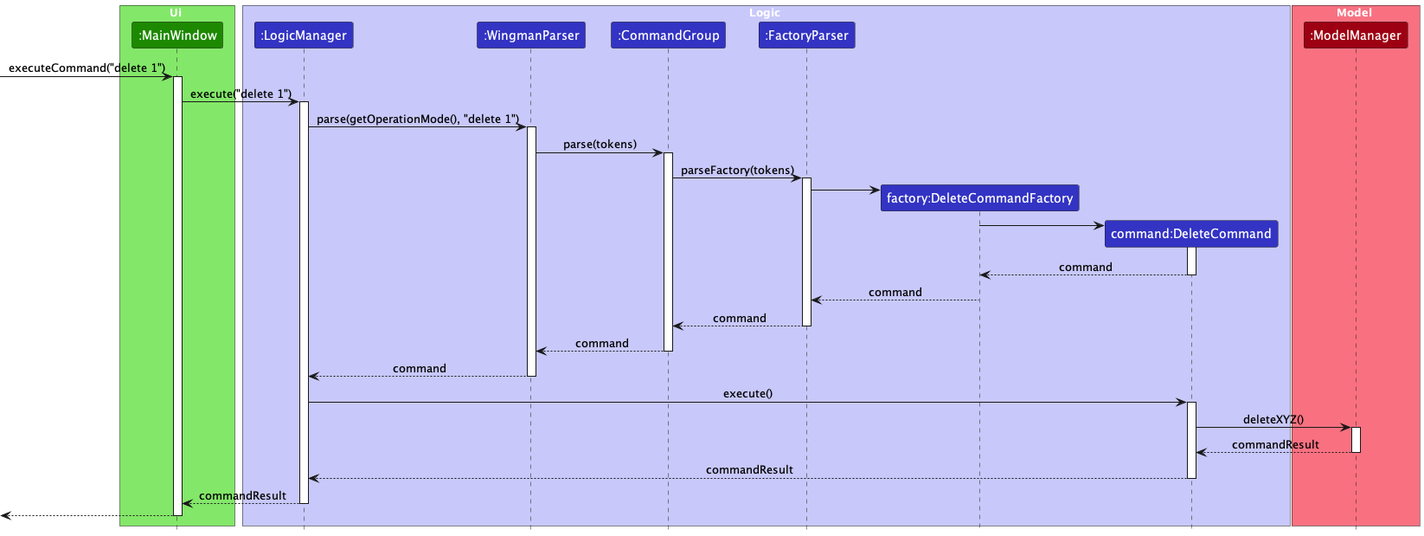
nus-cs2103-AY2223S2/tp keeps this PlantUML diagram as docs/images/WingmanDeleteXYZSequenceDiagram.png. Above is the earlier version.
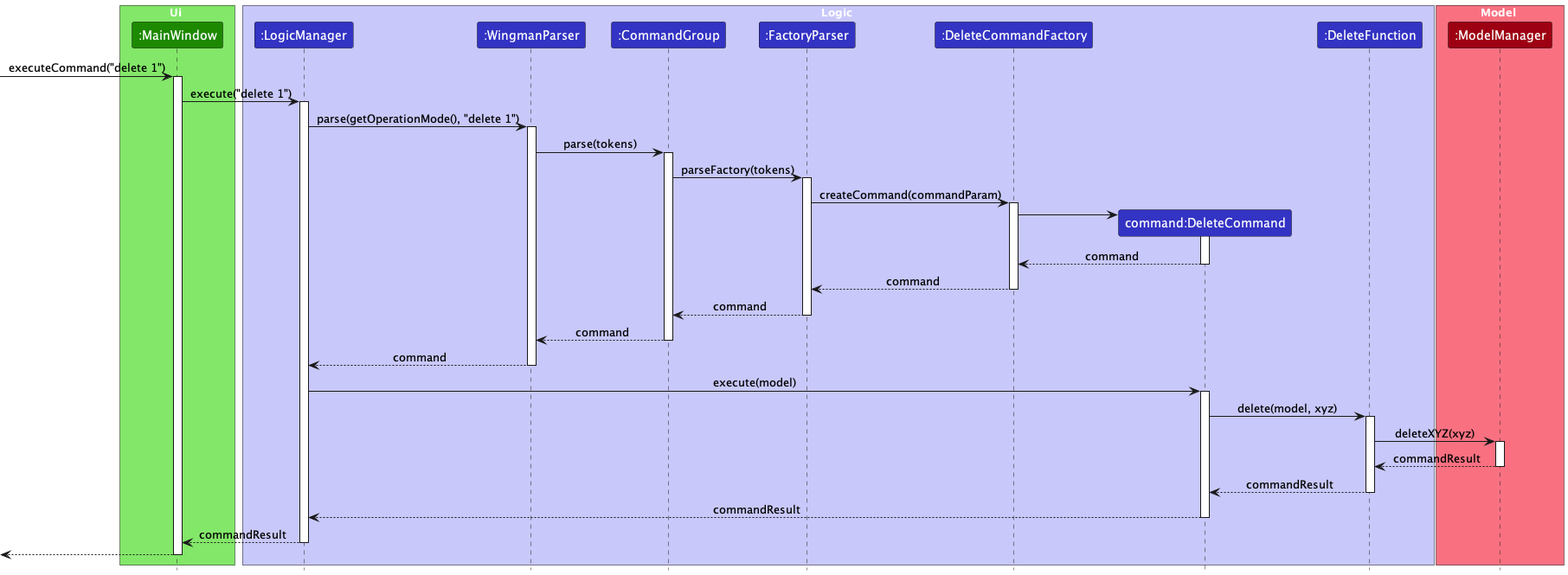
After the commit.

Commit message:
Edit deleteXYZ sequence diagram

Change to the diagram source:
```diff
@@ -10,8 +10,9 @@
 participant ":WingmanParser" as WingmanParser LOGIC_COLOR
 participant ":CommandGroup" as CommandGroup LOGIC_COLOR
 participant ":FactoryParser" as FactoryParser LOGIC_COLOR
-participant "factory:DeleteCommandFactory" as DeleteCommandFactory LOGIC_COLOR
+participant ":DeleteCommandFactory" as DeleteCommandFactory LOGIC_COLOR
 participant "command:DeleteCommand" as DeleteCommand LOGIC_COLOR
+participant ":DeleteFunction" as DeleteFunction LOGIC_COLOR
 end box
 
 box Model MODEL_COLOR_T1
@@ -33,8 +34,10 @@
 CommandGroup -> FactoryParser : parseFactory(tokens)
 activate FactoryParser
 
-create DeleteCommandFactory
-FactoryParser -> DeleteCommandFactory
+FactoryParser -> DeleteCommandFactory : createCommand(commandParam)
+activate DeleteCommandFactory
+
+
 
 create DeleteCommand
 DeleteCommandFactory -> DeleteCommand
@@ -44,6 +47,8 @@
 deactivate DeleteCommand
 
 DeleteCommandFactory --> FactoryParser : command
+deactivate DeleteCommandFactory
+
 FactoryParser --> CommandGroup : command
 deactivate FactoryParser
 
@@ -53,14 +58,21 @@
 WingmanParser --> LogicManager : command
 deactivate WingmanParser
 
-LogicManager -> DeleteCommand : execute()
+LogicManager -> DeleteCommand : execute(model)
 activate DeleteCommand
 
-DeleteCommand -> ModelManager : deleteXYZ()
+DeleteCommand -> DeleteFunction : delete(model, xyz)
+activate DeleteFunction
+
+DeleteFunction -> ModelManager : deleteXYZ(xyz)
 activate ModelManager
 
-ModelManager --> DeleteCommand : commandResult
+ModelManager --> DeleteFunction : commandResult
 deactivate ModelManager
+
+DeleteFunction --> DeleteCommand : commandResult
+deactivate DeleteFunction
+
 DeleteCommand --> LogicManager : commandResult
 deactivate DeleteCommand
 
```
